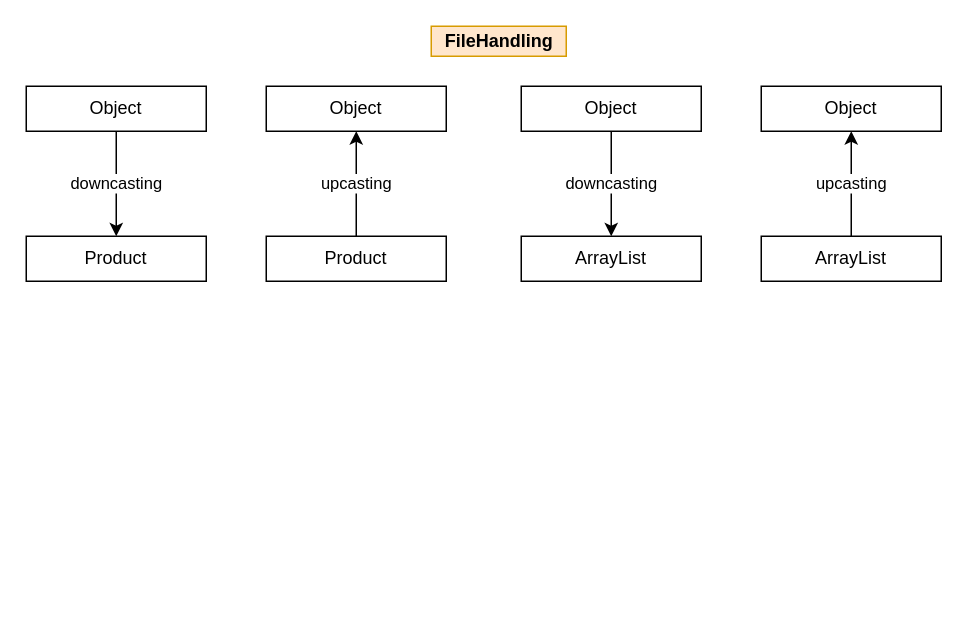
aukokyong/jfs-master keeps this draw.io diagram as page "Core" (6 of 11) of java/diagrams/java-workflow.drawio. Above is the earlier version. Source tidied: cells renumbered, new cells numbered last; positions are measured from the earlier drawing's top-left corner, leaving out a move shared by most shapes. Both pictures are drawn from the tidied source at 150%, with x=0, y=0 at pixel (26, 26).
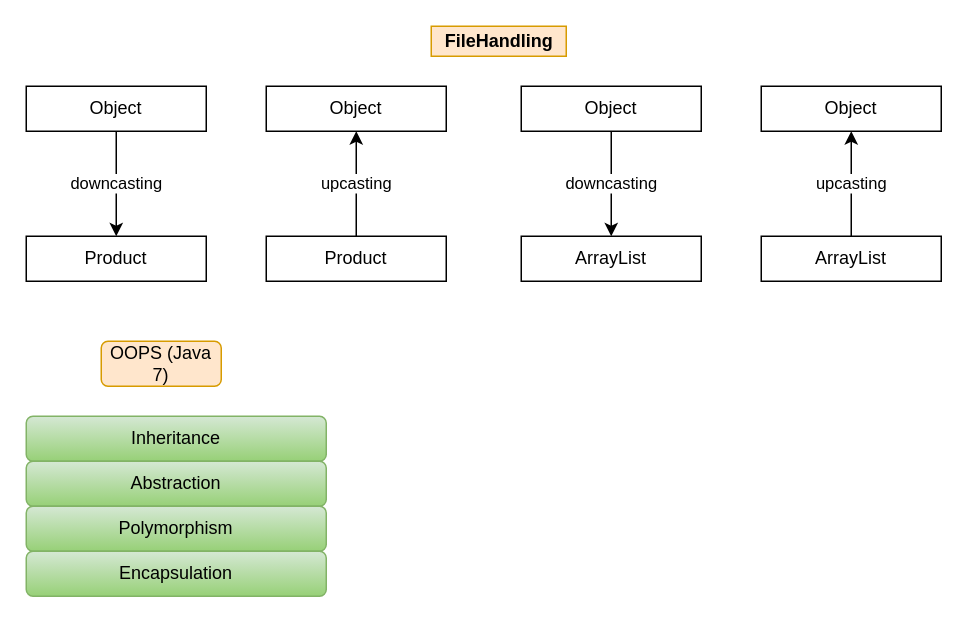
The same page after the edit.

Diff of the diagram source:
```diff
@@
 <mxGraphModel>
   <root>
     <mxCell id="0" />
     <mxCell id="1" parent="0" />
     <mxCell id="2" value="downcasting" style="edgeStyle=orthogonalEdgeStyle;rounded=0;jettySize=auto;html=1;" parent="1" edge="1" source="3" target="4">
       <mxGeometry relative="1" as="geometry" />
     </mxCell>
     <mxCell id="3" value="Object" style="rounded=0;whiteSpace=wrap;html=1;" parent="1" vertex="1">
       <mxGeometry y="40" width="120" height="30" as="geometry" />
     </mxCell>
     <mxCell id="4" value="Product" style="rounded=0;whiteSpace=wrap;html=1;" parent="1" vertex="1">
       <mxGeometry y="140" width="120" height="30" as="geometry" />
     </mxCell>
     <mxCell id="5" value="Object" style="rounded=0;whiteSpace=wrap;html=1;" parent="1" vertex="1">
       <mxGeometry x="160" y="40" width="120" height="30" as="geometry" />
     </mxCell>
     <mxCell id="6" value="upcasting" style="edgeStyle=orthogonalEdgeStyle;rounded=0;jettySize=auto;html=1;" parent="1" edge="1" source="7" target="5">
       <mxGeometry relative="1" as="geometry" />
     </mxCell>
     <mxCell id="7" value="Product" style="rounded=0;whiteSpace=wrap;html=1;" parent="1" vertex="1">
       <mxGeometry x="160" y="140" width="120" height="30" as="geometry" />
     </mxCell>
     <mxCell id="8" value="downcasting" style="edgeStyle=orthogonalEdgeStyle;rounded=0;jettySize=auto;html=1;" parent="1" edge="1" source="9" target="10">
       <mxGeometry relative="1" as="geometry" />
     </mxCell>
     <mxCell id="9" value="Object" style="rounded=0;whiteSpace=wrap;html=1;" parent="1" vertex="1">
       <mxGeometry x="330" y="40" width="120" height="30" as="geometry" />
     </mxCell>
     <mxCell id="10" value="ArrayList" style="rounded=0;whiteSpace=wrap;html=1;" parent="1" vertex="1">
       <mxGeometry x="330" y="140" width="120" height="30" as="geometry" />
     </mxCell>
     <mxCell id="11" value="Object" style="rounded=0;whiteSpace=wrap;html=1;" parent="1" vertex="1">
       <mxGeometry x="490" y="40" width="120" height="30" as="geometry" />
     </mxCell>
     <mxCell id="12" value="upcasting" style="edgeStyle=orthogonalEdgeStyle;rounded=0;jettySize=auto;html=1;" parent="1" edge="1" source="13" target="11">
       <mxGeometry relative="1" as="geometry" />
     </mxCell>
     <mxCell id="13" value="ArrayList" style="rounded=0;whiteSpace=wrap;html=1;" parent="1" vertex="1">
       <mxGeometry x="490" y="140" width="120" height="30" as="geometry" />
     </mxCell>
     <mxCell id="14" value="FileHandling" style="text;html=1;align=center;verticalAlign=middle;fontStyle=1;fillColor=#ffe6cc;strokeColor=#d79b00;" parent="1" vertex="1">
       <mxGeometry x="270" width="90" height="20" as="geometry" />
     </mxCell>
+    <mxCell id="15" value="OOPS (Java 7)" style="rounded=1;whiteSpace=wrap;html=1;fillColor=#ffe6cc;strokeColor=#d79b00;" parent="1" vertex="1">
+      <mxGeometry x="50" y="210" width="80" height="30" as="geometry" />
+    </mxCell>
+    <mxCell id="16" value="Inheritance" style="rounded=1;whiteSpace=wrap;html=1;fillColor=#d5e8d4;strokeColor=#82b366;gradientColor=#97d077;" parent="1" vertex="1">
+      <mxGeometry y="260" width="200" height="30" as="geometry" />
+    </mxCell>
+    <mxCell id="17" value="Abstraction" style="rounded=1;whiteSpace=wrap;html=1;fillColor=#d5e8d4;strokeColor=#82b366;gradientColor=#97d077;" parent="1" vertex="1">
+      <mxGeometry y="290" width="200" height="30" as="geometry" />
+    </mxCell>
+    <mxCell id="18" value="Polymorphism" style="rounded=1;whiteSpace=wrap;html=1;fillColor=#d5e8d4;strokeColor=#82b366;gradientColor=#97d077;" parent="1" vertex="1">
+      <mxGeometry y="320" width="200" height="30" as="geometry" />
+    </mxCell>
+    <mxCell id="19" value="Encapsulation" style="rounded=1;whiteSpace=wrap;html=1;fillColor=#d5e8d4;strokeColor=#82b366;gradientColor=#97d077;" parent="1" vertex="1">
+      <mxGeometry y="350" width="200" height="30" as="geometry" />
+    </mxCell>
   </root>
 </mxGraphModel>
```
